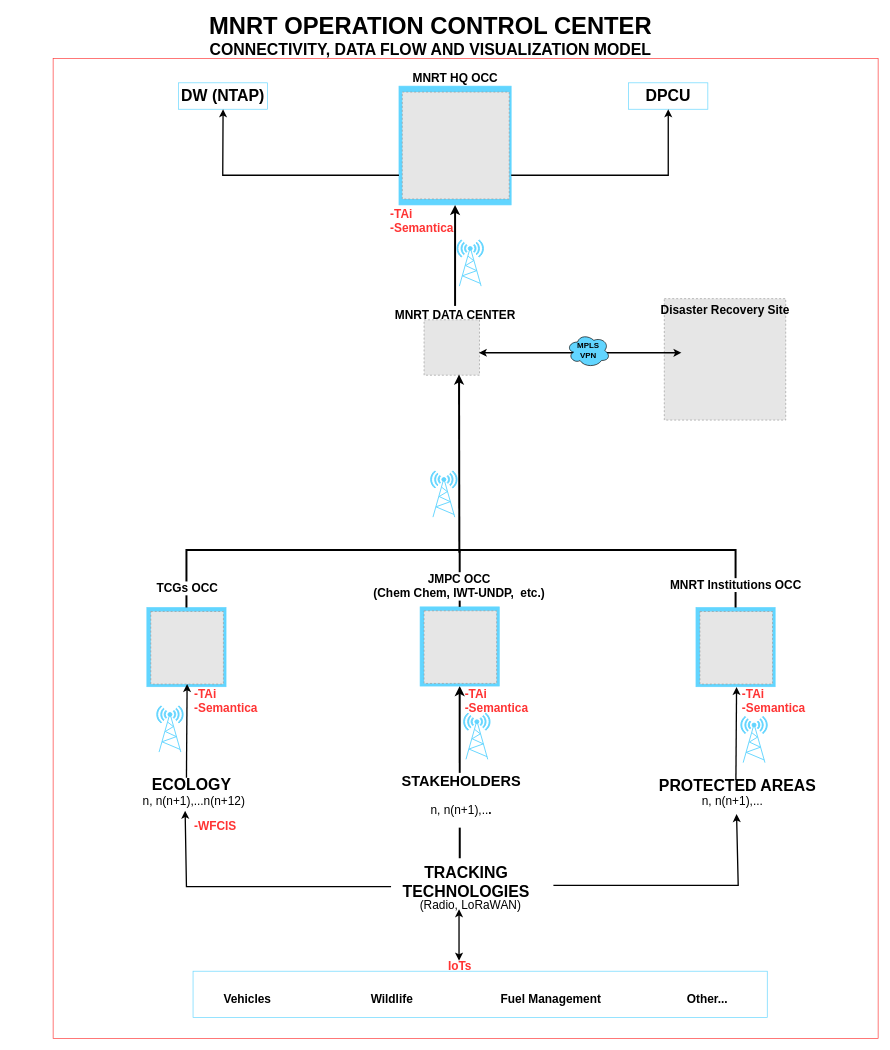
This is control-room.drawio from MbalamulaS/tech-diagrams, a draw.io file, before an edit. Source tidied: cells renumbered, new cells numbered last; positions are measured from the earlier drawing's top-left corner, leaving out a move shared by most shapes. Both pictures are drawn from the tidied source at 66%, with x=0, y=0 at pixel (11, 15). Pictures stored in the file or linked from it are replaced by grey dashed boxes.
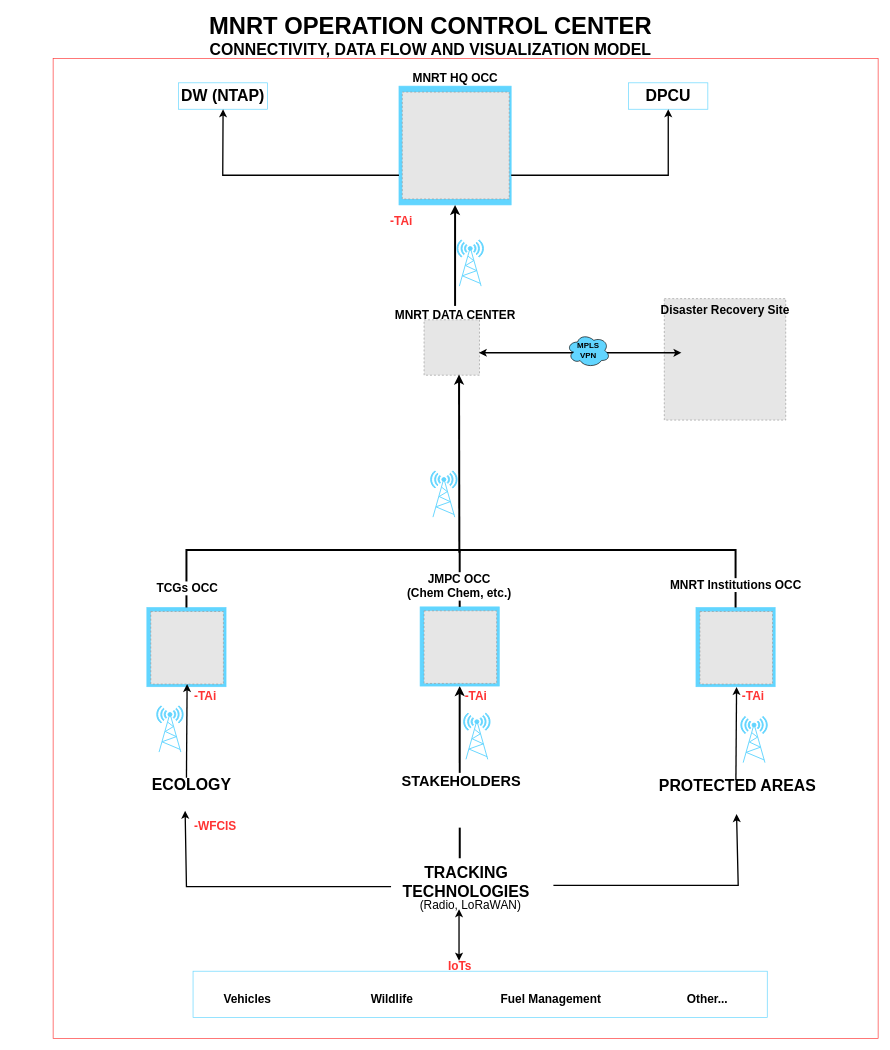
After the change.

Unchanged cells that the change refers to:
```xml
<mxCell id="48" style="endArrow=classic;html=1;rounded=0;shadow=0;strokeColor=default;strokeWidth=3;align=center;verticalAlign=middle;fontFamily=Helvetica;fontSize=11;fontColor=default;labelBackgroundColor=default;fillColor=#515151;entryX=0.5;entryY=1;entryDx=0;entryDy=0;exitX=0.459;exitY=-0.012;exitDx=0;exitDy=0;exitPerimeter=0;" parent="1" edge="1" source="32" target="50">
  <mxGeometry relative="1" as="geometry" />
</mxCell>
<mxCell id="56" style="endArrow=none;html=1;rounded=0;exitX=0.5;exitY=0;exitDx=0;exitDy=0;strokeWidth=3;" parent="1" edge="1">
  <mxGeometry relative="1" as="geometry">
    <mxPoint x="679" y="896" as="sourcePoint" />
    <mxPoint x="679" y="810" as="targetPoint" />
  </mxGeometry>
</mxCell>
```

The edit, as a diff of the source:
```diff
@@
-    <mxCell id="25" value="&lt;div align=&quot;left&quot;&gt;&lt;b&gt;&lt;font style=&quot;font-size: 18px;&quot; color=&quot;#ff3333&quot;&gt;-TAi&lt;/font&gt;&lt;/b&gt;&lt;/div&gt;&lt;div align=&quot;left&quot;&gt;&lt;b&gt;&lt;font style=&quot;font-size: 18px;&quot; color=&quot;#ff3333&quot;&gt;-Semantica&lt;/font&gt;&lt;/b&gt;&lt;/div&gt;" style="text;html=1;align=left;verticalAlign=middle;whiteSpace=wrap;rounded=0;" parent="1" vertex="1">
+    <mxCell id="25" value="&lt;div align=&quot;left&quot;&gt;&lt;b&gt;&lt;font style=&quot;font-size: 18px;&quot; color=&quot;#ff3333&quot;&gt;-TAi&lt;/font&gt;&lt;/b&gt;&lt;/div&gt;" style="text;html=1;align=left;verticalAlign=middle;whiteSpace=wrap;rounded=0;" parent="1" vertex="1">
       <mxGeometry x="572" y="290" width="130" height="44" as="geometry" />
     </mxCell>
@@
-    <mxCell id="37" value="&lt;font style=&quot;font-size: 18px;&quot;&gt;n, n(n+1),...n(n+12) &lt;/font&gt;" style="text;html=1;align=center;verticalAlign=middle;whiteSpace=wrap;rounded=0;fontFamily=Helvetica;fontSize=12;fontColor=default;" parent="1" vertex="1">
-      <mxGeometry x="173" y="1175.5" width="207" height="30" as="geometry" />
-    </mxCell>
-    <mxCell id="38" value="&lt;font style=&quot;font-size: 18px;&quot;&gt;n, n(n+1),... &lt;/font&gt;" style="text;html=1;align=center;verticalAlign=middle;whiteSpace=wrap;rounded=0;fontFamily=Helvetica;fontSize=12;fontColor=default;" parent="1" vertex="1">
-      <mxGeometry x="989" y="1176" width="207" height="30" as="geometry" />
-    </mxCell>
@@
-    <mxCell id="45" value="&lt;div align=&quot;left&quot;&gt;&lt;b&gt;&lt;font style=&quot;font-size: 18px;&quot; color=&quot;#ff3333&quot;&gt;-TAi&lt;/font&gt;&lt;/b&gt;&lt;/div&gt;&lt;div align=&quot;left&quot;&gt;&lt;b&gt;&lt;font style=&quot;font-size: 18px;&quot; color=&quot;#ff3333&quot;&gt;-Semantica&lt;/font&gt;&lt;/b&gt;&lt;/div&gt;" style="text;html=1;align=left;verticalAlign=middle;whiteSpace=wrap;rounded=0;" parent="1" vertex="1">
+    <mxCell id="45" value="&lt;div align=&quot;left&quot;&gt;&lt;b&gt;&lt;font style=&quot;font-size: 18px;&quot; color=&quot;#ff3333&quot;&gt;-TAi&lt;/font&gt;&lt;/b&gt;&lt;/div&gt;&lt;div align=&quot;left&quot;&gt;&lt;br&gt;&lt;/div&gt;" style="text;html=1;align=left;verticalAlign=middle;whiteSpace=wrap;rounded=0;" parent="1" vertex="1">
       <mxGeometry x="275" y="1017" width="130" height="44" as="geometry" />
     </mxCell>
@@
-    <mxCell id="49" value="&lt;div&gt;&lt;h1 align=&quot;center&quot; style=&quot;margin-top: 0px;&quot;&gt;STAKEHOLDERS &lt;br&gt;&lt;/h1&gt;&lt;h1 align=&quot;center&quot; style=&quot;margin-top: 0px;&quot;&gt;&lt;font style=&quot;font-size: 18px;&quot;&gt;&lt;span style=&quot;font-weight: normal;&quot;&gt;n, n(n+1),..&lt;/span&gt;. &lt;/font&gt;&lt;/h1&gt;&lt;/div&gt;" style="edgeLabel;html=1;align=center;verticalAlign=middle;" parent="48" vertex="1">
+    <mxCell id="49" value="&lt;div&gt;&lt;h1 align=&quot;center&quot; style=&quot;margin-top: 0px;&quot;&gt;STAKEHOLDERS &lt;br&gt;&lt;/h1&gt;&lt;h1 align=&quot;center&quot; style=&quot;margin-top: 0px;&quot;&gt;&lt;br&gt;&lt;/h1&gt;&lt;/div&gt;" style="edgeLabel;html=1;align=center;verticalAlign=middle;" parent="48" vertex="1">
       <mxGeometry x="-0.32" y="-1" relative="1" as="geometry" />
     </mxCell>
@@
-    <mxCell id="57" value="&lt;div&gt;&lt;font style=&quot;font-size: 18px;&quot;&gt;&lt;b&gt;JMPC OCC&lt;br&gt;&lt;/b&gt;&lt;/font&gt;&lt;/div&gt;&lt;div&gt;&lt;font style=&quot;font-size: 18px;&quot;&gt;&lt;b&gt;(Chem Chem, IWT-UNDP,&amp;nbsp; etc.)&lt;br&gt;&lt;/b&gt;&lt;/font&gt;&lt;/div&gt;" style="edgeLabel;html=1;align=center;verticalAlign=middle;" parent="56" vertex="1">
+    <mxCell id="57" value="&lt;div&gt;&lt;font style=&quot;font-size: 18px;&quot;&gt;&lt;b&gt;JMPC OCC&lt;br&gt;&lt;/b&gt;&lt;/font&gt;&lt;/div&gt;&lt;div&gt;&lt;font style=&quot;font-size: 18px;&quot;&gt;&lt;b&gt;(Chem Chem, etc.)&lt;br&gt;&lt;/b&gt;&lt;/font&gt;&lt;/div&gt;" style="edgeLabel;html=1;align=center;verticalAlign=middle;" parent="56" vertex="1">
       <mxGeometry x="-0.26" y="2" relative="1" as="geometry" />
     </mxCell>
@@
-    <mxCell id="59" value="&lt;div align=&quot;left&quot;&gt;&lt;b&gt;&lt;font style=&quot;font-size: 18px;&quot; color=&quot;#ff3333&quot;&gt;-TAi&lt;/font&gt;&lt;/b&gt;&lt;/div&gt;&lt;div align=&quot;left&quot;&gt;&lt;b&gt;&lt;font style=&quot;font-size: 18px;&quot; color=&quot;#ff3333&quot;&gt;-Semantica&lt;/font&gt;&lt;/b&gt;&lt;/div&gt;" style="text;html=1;align=left;verticalAlign=middle;whiteSpace=wrap;rounded=0;" parent="1" vertex="1">
+    <mxCell id="59" value="&lt;div align=&quot;left&quot;&gt;&lt;b&gt;&lt;font style=&quot;font-size: 18px;&quot; color=&quot;#ff3333&quot;&gt;-TAi&lt;/font&gt;&lt;/b&gt;&lt;/div&gt;&lt;div align=&quot;left&quot;&gt;&lt;br&gt;&lt;/div&gt;" style="text;html=1;align=left;verticalAlign=middle;whiteSpace=wrap;rounded=0;" parent="1" vertex="1">
       <mxGeometry x="685" y="1017" width="130" height="44" as="geometry" />
     </mxCell>
-    <mxCell id="60" value="&lt;div align=&quot;left&quot;&gt;&lt;b&gt;&lt;font style=&quot;font-size: 18px;&quot; color=&quot;#ff3333&quot;&gt;-TAi&lt;/font&gt;&lt;/b&gt;&lt;/div&gt;&lt;div align=&quot;left&quot;&gt;&lt;b&gt;&lt;font style=&quot;font-size: 18px;&quot; color=&quot;#ff3333&quot;&gt;-Semantica&lt;/font&gt;&lt;/b&gt;&lt;/div&gt;" style="text;html=1;align=left;verticalAlign=middle;whiteSpace=wrap;rounded=0;" parent="1" vertex="1">
+    <mxCell id="60" value="&lt;div align=&quot;left&quot;&gt;&lt;b&gt;&lt;font style=&quot;font-size: 18px;&quot; color=&quot;#ff3333&quot;&gt;-TAi&lt;/font&gt;&lt;/b&gt;&lt;/div&gt;&lt;div align=&quot;left&quot;&gt;&lt;br&gt;&lt;/div&gt;" style="text;html=1;align=left;verticalAlign=middle;whiteSpace=wrap;rounded=0;" parent="1" vertex="1">
       <mxGeometry x="1105" y="1017" width="130" height="44" as="geometry" />
     </mxCell>
```
